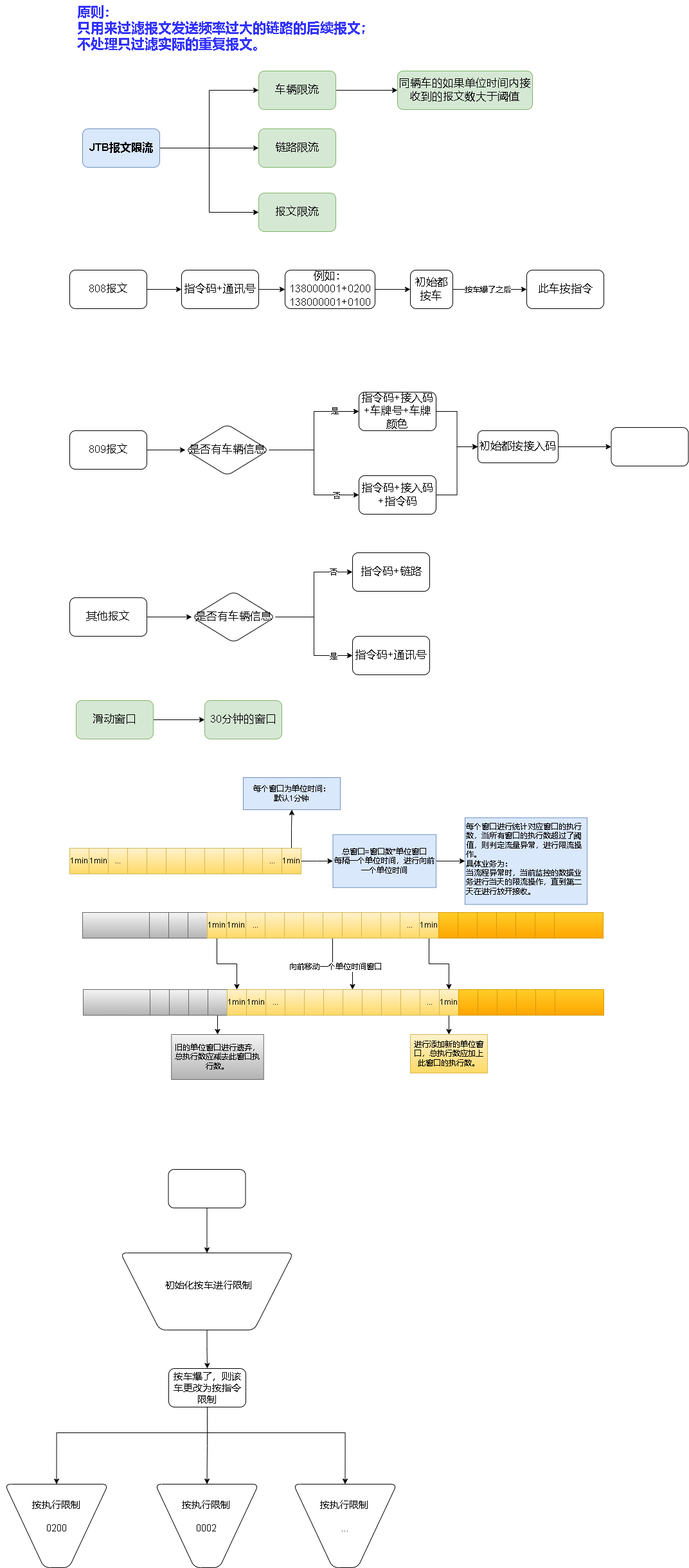
xktder/draw keeps this draw.io diagram as jtb报文限流.drawio.png. Above is the earlier version. Source tidied: cells renumbered, new cells last; positions are measured from the earlier drawing's top-left corner, leaving out a move shared by most shapes.
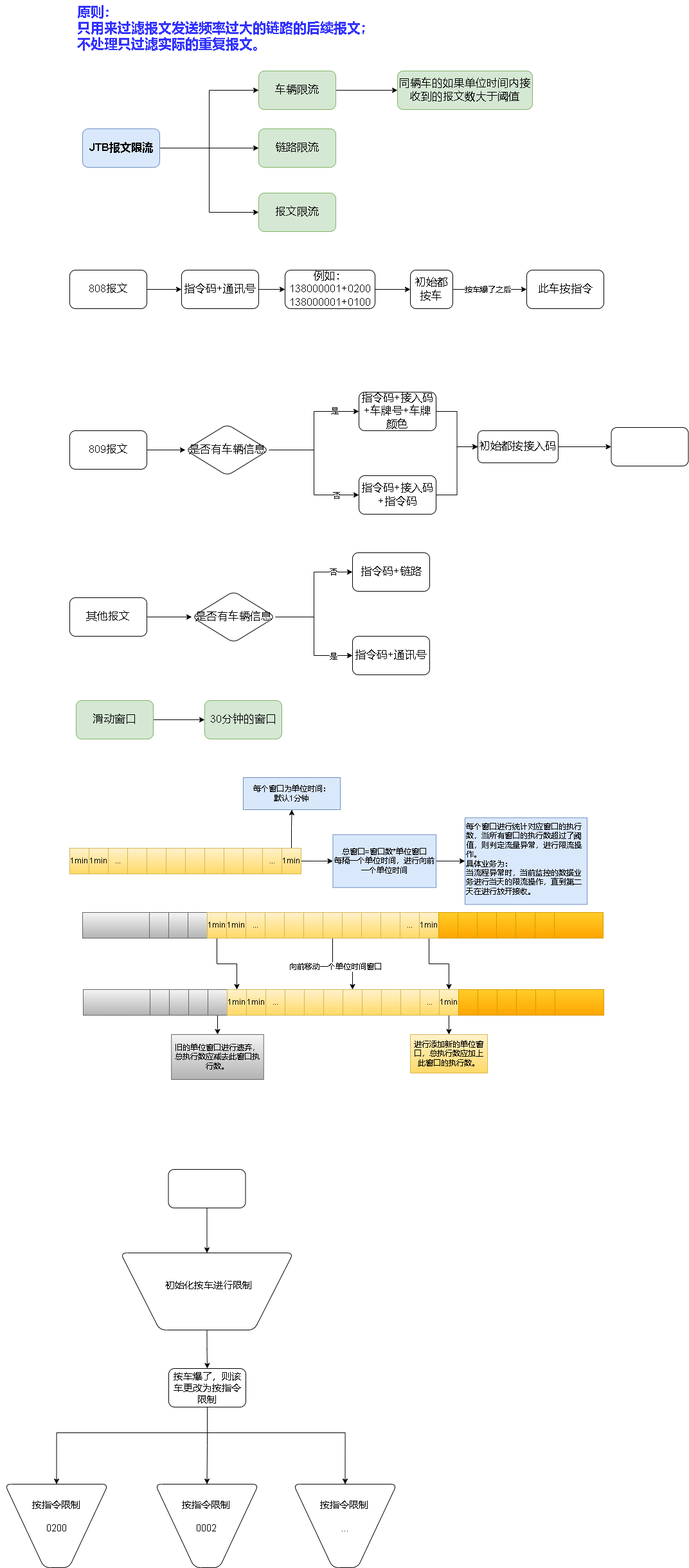
After the change.

Commit message:
更新jtb报文限流.drawio.png

Change to the diagram source:
```diff
@@ -429,19 +429,19 @@
     <mxCell id="131" value="&lt;font style=&quot;font-size: 15px;&quot;&gt;按车爆了，则该车更改为按指令限制&lt;/font&gt;" style="rounded=1;whiteSpace=wrap;html=1;fontSize=12;fontColor=#000000;" parent="1" vertex="1">
       <mxGeometry x="262" y="2130" width="120" height="60" as="geometry" />
     </mxCell>
-    <mxCell id="132" value="&lt;span style=&quot;font-size: 15px;&quot;&gt;按执行限制&lt;br&gt;&lt;br&gt;0200&lt;br&gt;&lt;/span&gt;" style="text;html=1;strokeColor=none;fillColor=none;align=center;verticalAlign=middle;whiteSpace=wrap;rounded=0;fontSize=12;fontColor=#000000;" parent="1" vertex="1">
+    <mxCell id="132" value="&lt;span style=&quot;font-size: 15px;&quot;&gt;按指令限制&lt;br&gt;&lt;br&gt;0200&lt;br&gt;&lt;/span&gt;" style="text;html=1;strokeColor=none;fillColor=none;align=center;verticalAlign=middle;whiteSpace=wrap;rounded=0;fontSize=12;fontColor=#000000;" parent="1" vertex="1">
       <mxGeometry y="2340" width="175" height="40" as="geometry" />
     </mxCell>
     <mxCell id="133" style="shape=trapezoid;perimeter=trapezoidPerimeter;whiteSpace=wrap;html=1;fixedSize=1;fontColor=#000000;rounded=1;rotation=-180;size=61;" parent="1" vertex="1">
       <mxGeometry x="241" y="2310" width="161" height="130" as="geometry" />
     </mxCell>
-    <mxCell id="134" value="&lt;span style=&quot;font-size: 15px;&quot;&gt;按执行限制&lt;br&gt;&lt;br&gt;0002&lt;br&gt;&lt;/span&gt;" style="text;html=1;strokeColor=none;fillColor=none;align=center;verticalAlign=middle;whiteSpace=wrap;rounded=0;fontSize=12;fontColor=#000000;" parent="1" vertex="1">
+    <mxCell id="134" value="&lt;span style=&quot;font-size: 15px;&quot;&gt;按指令限制&lt;br&gt;&lt;br&gt;0002&lt;br&gt;&lt;/span&gt;" style="text;html=1;strokeColor=none;fillColor=none;align=center;verticalAlign=middle;whiteSpace=wrap;rounded=0;fontSize=12;fontColor=#000000;" parent="1" vertex="1">
       <mxGeometry x="233" y="2340" width="175" height="40" as="geometry" />
     </mxCell>
     <mxCell id="135" style="shape=trapezoid;perimeter=trapezoidPerimeter;whiteSpace=wrap;html=1;fixedSize=1;fontColor=#000000;rounded=1;rotation=-180;size=61;" parent="1" vertex="1">
       <mxGeometry x="456" y="2310" width="161" height="130" as="geometry" />
     </mxCell>
-    <mxCell id="136" value="&lt;span style=&quot;font-size: 15px;&quot;&gt;按执行限制&lt;br&gt;&lt;br&gt;...&lt;br&gt;&lt;/span&gt;" style="text;html=1;strokeColor=none;fillColor=none;align=center;verticalAlign=middle;whiteSpace=wrap;rounded=0;fontSize=12;fontColor=#000000;" parent="1" vertex="1">
+    <mxCell id="136" value="&lt;span style=&quot;font-size: 15px;&quot;&gt;按指令限制&lt;br&gt;&lt;br&gt;...&lt;br&gt;&lt;/span&gt;" style="text;html=1;strokeColor=none;fillColor=none;align=center;verticalAlign=middle;whiteSpace=wrap;rounded=0;fontSize=12;fontColor=#000000;" parent="1" vertex="1">
       <mxGeometry x="448" y="2340" width="175" height="40" as="geometry" />
     </mxCell>
   </root>
```
